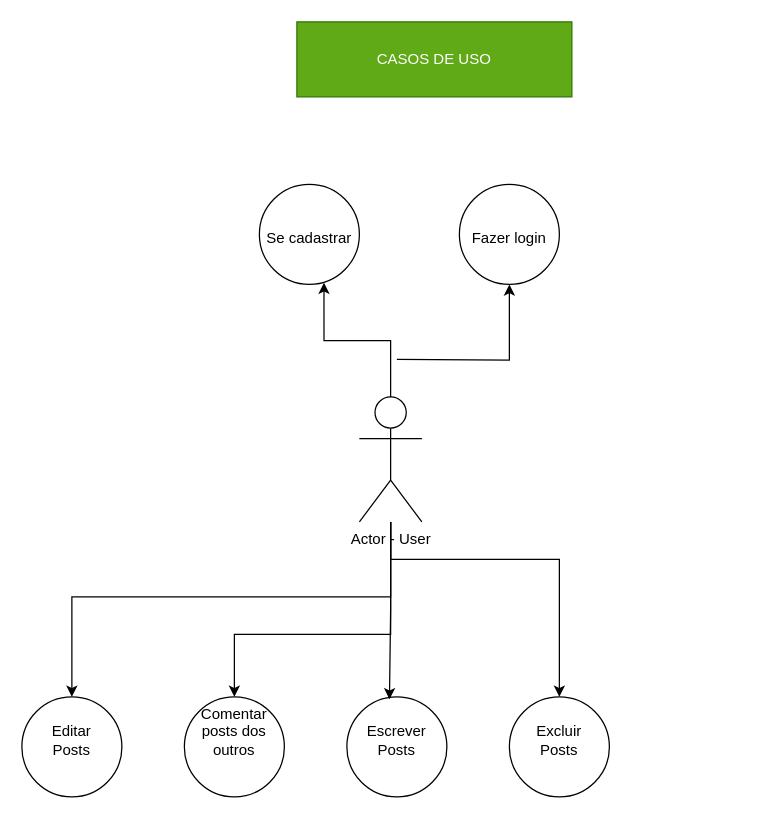
Gilberto1397/sistemaDeBlog keeps this draw.io diagram as DIAGRAMAS/casosDeUso/casosDeUso.drawio. Above is the earlier version. Source tidied: cells renumbered, new cells numbered last; positions are measured from the earlier drawing's top-left corner, leaving out a move shared by most shapes. Both pictures are drawn from the tidied source at 125%, with x=0, y=0 at pixel (21, 21).
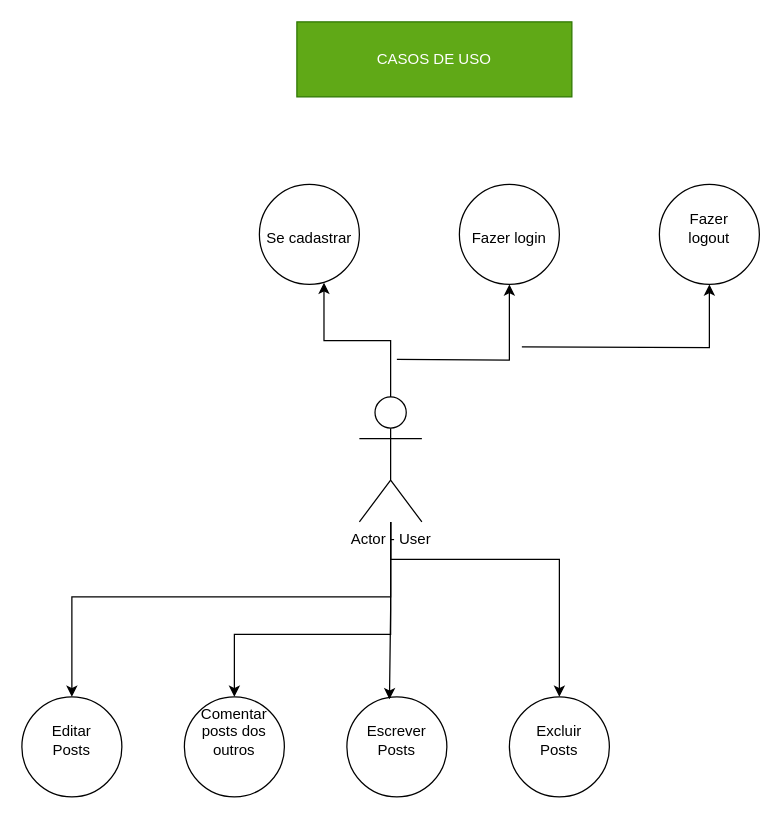
Above is the later version.

The edit, as a diff of the source:
```diff
@@
+    <mxCell id="16" style="edgeStyle=orthogonalEdgeStyle;rounded=0;jettySize=auto;html=1;entryX=0.5;entryY=1;entryDx=0;entryDy=0;" parent="1" edge="1" target="17">
+      <mxGeometry relative="1" as="geometry">
+        <mxPoint x="400" y="260" as="sourcePoint" />
+      </mxGeometry>
+    </mxCell>
@@
+    <mxCell id="17" value="&lt;br&gt;Fazer &lt;br&gt;logout" style="ellipse;whiteSpace=wrap;html=1;verticalAlign=top;" parent="1" vertex="1">
+      <mxGeometry x="510" y="130" width="80" height="80" as="geometry" />
+    </mxCell>
```
